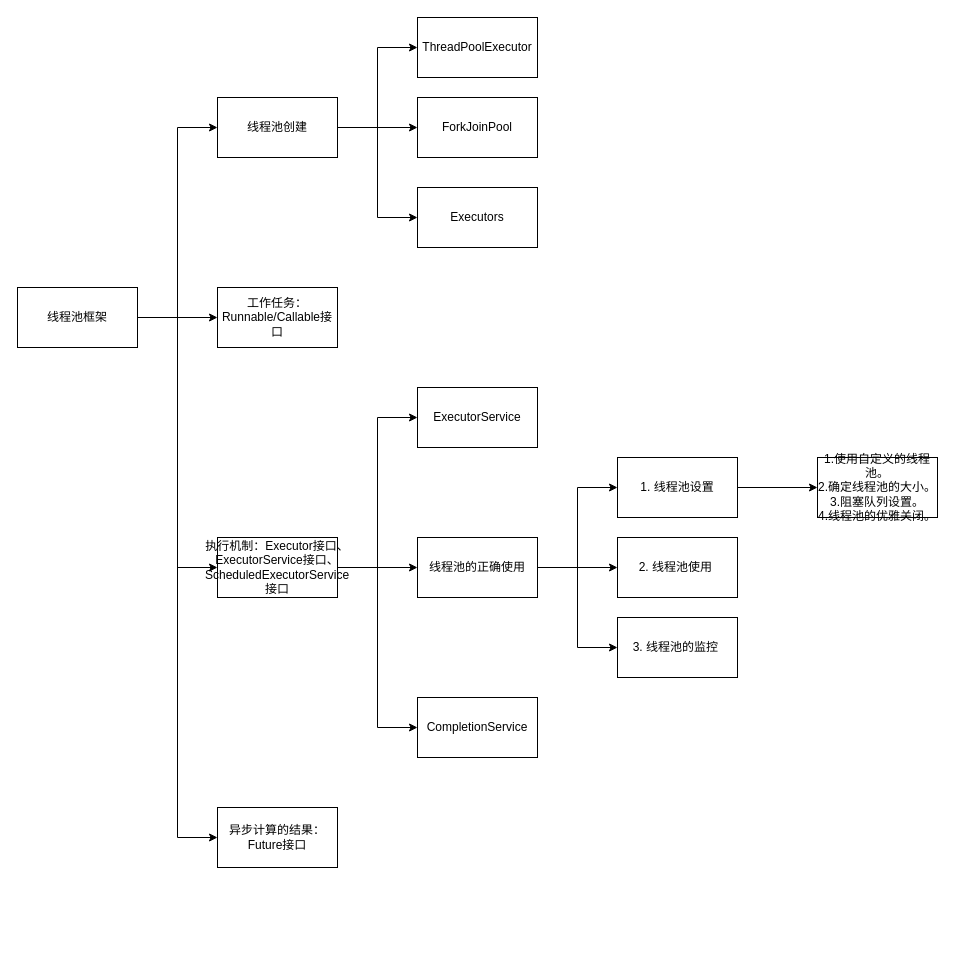
Before: images/draw/Executor.drawio in wt1814/wt1814.github.io, a draw.io diagram. Source tidied: cells renumbered, new cells numbered last; positions are measured from the earlier drawing's top-left corner, leaving out a move shared by most shapes. Both pictures are drawn from the tidied source at 100%, with x=0, y=0 at pixel (17, 17).
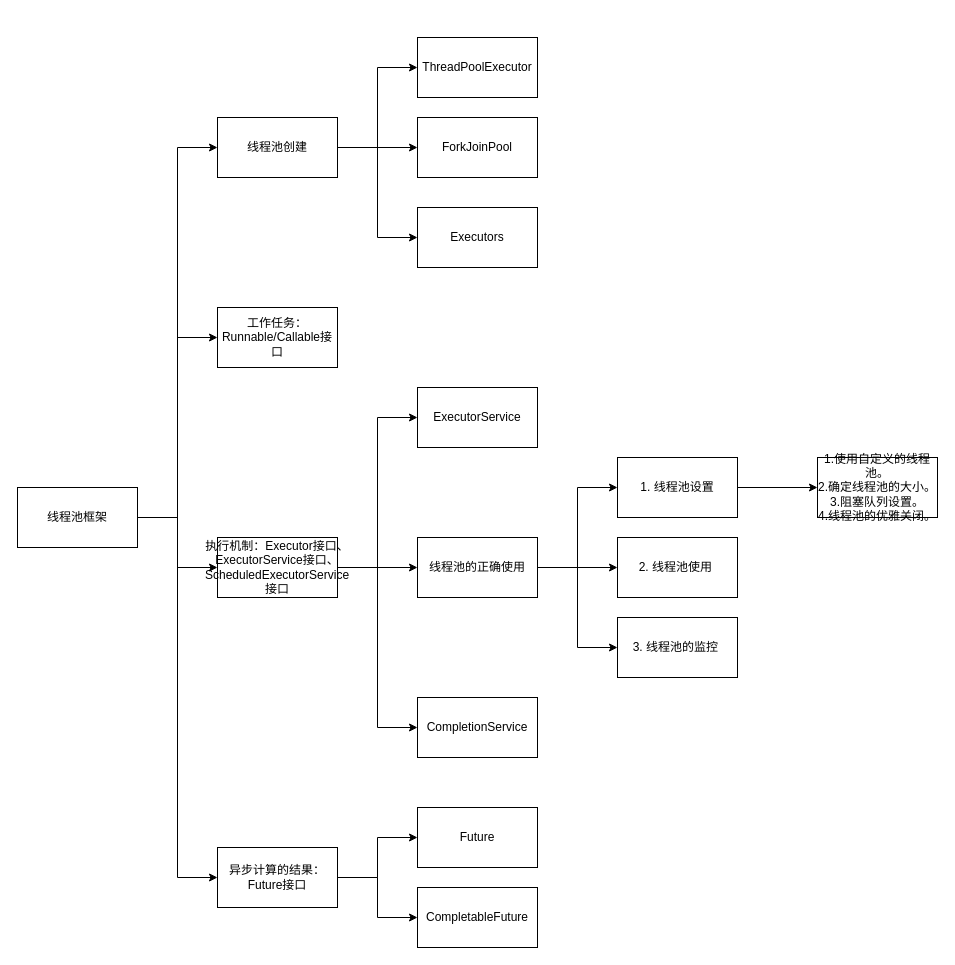
The same page after the edit.

What changed in the source:
```diff
@@
     <mxCell id="6" value="线程池框架" style="rounded=0;whiteSpace=wrap;html=1;" parent="1" vertex="1">
-      <mxGeometry y="270" width="120" height="60" as="geometry" />
+      <mxGeometry y="470" width="120" height="60" as="geometry" />
     </mxCell>
     <mxCell id="7" value="工作任务：Runnable/Callable接口" style="rounded=0;whiteSpace=wrap;html=1;" parent="1" vertex="1">
-      <mxGeometry x="200" y="270" width="120" height="60" as="geometry" />
+      <mxGeometry x="200" y="290" width="120" height="60" as="geometry" />
     </mxCell>
@@
+    <mxCell id="31" style="edgeStyle=orthogonalEdgeStyle;rounded=0;jettySize=auto;html=1;" parent="1" edge="1" source="12" target="33">
+      <mxGeometry relative="1" as="geometry" />
+    </mxCell>
+    <mxCell id="32" style="edgeStyle=orthogonalEdgeStyle;rounded=0;jettySize=auto;html=1;entryX=0;entryY=0.5;entryDx=0;entryDy=0;" parent="1" edge="1" source="12" target="34">
+      <mxGeometry relative="1" as="geometry" />
+    </mxCell>
     <mxCell id="12" value="异步计算的结果：Future接口" style="rounded=0;whiteSpace=wrap;html=1;" parent="1" vertex="1">
-      <mxGeometry x="200" y="790" width="120" height="60" as="geometry" />
+      <mxGeometry x="200" y="830" width="120" height="60" as="geometry" />
     </mxCell>
@@
     <mxCell id="16" value="线程池创建" style="rounded=0;whiteSpace=wrap;html=1;" parent="1" vertex="1">
-      <mxGeometry x="200" y="80" width="120" height="60" as="geometry" />
+      <mxGeometry x="200" y="100" width="120" height="60" as="geometry" />
     </mxCell>
     <mxCell id="17" value="ForkJoinPool" style="rounded=0;whiteSpace=wrap;html=1;" parent="1" vertex="1">
-      <mxGeometry x="400" y="80" width="120" height="60" as="geometry" />
+      <mxGeometry x="400" y="100" width="120" height="60" as="geometry" />
     </mxCell>
     <mxCell id="18" value="Executors" style="rounded=0;whiteSpace=wrap;html=1;" parent="1" vertex="1">
-      <mxGeometry x="400" y="170" width="120" height="60" as="geometry" />
+      <mxGeometry x="400" y="190" width="120" height="60" as="geometry" />
     </mxCell>
     <mxCell id="19" value="ThreadPoolExecutor" style="rounded=0;whiteSpace=wrap;html=1;" parent="1" vertex="1">
-      <mxGeometry x="400" width="120" height="60" as="geometry" />
+      <mxGeometry x="400" y="20" width="120" height="60" as="geometry" />
     </mxCell>
@@
+    <mxCell id="33" value="Future" style="rounded=0;whiteSpace=wrap;html=1;" parent="1" vertex="1">
+      <mxGeometry x="400" y="790" width="120" height="60" as="geometry" />
+    </mxCell>
+    <mxCell id="34" value="CompletableFuture" style="rounded=0;whiteSpace=wrap;html=1;" parent="1" vertex="1">
+      <mxGeometry x="400" y="870" width="120" height="60" as="geometry" />
+    </mxCell>
```
